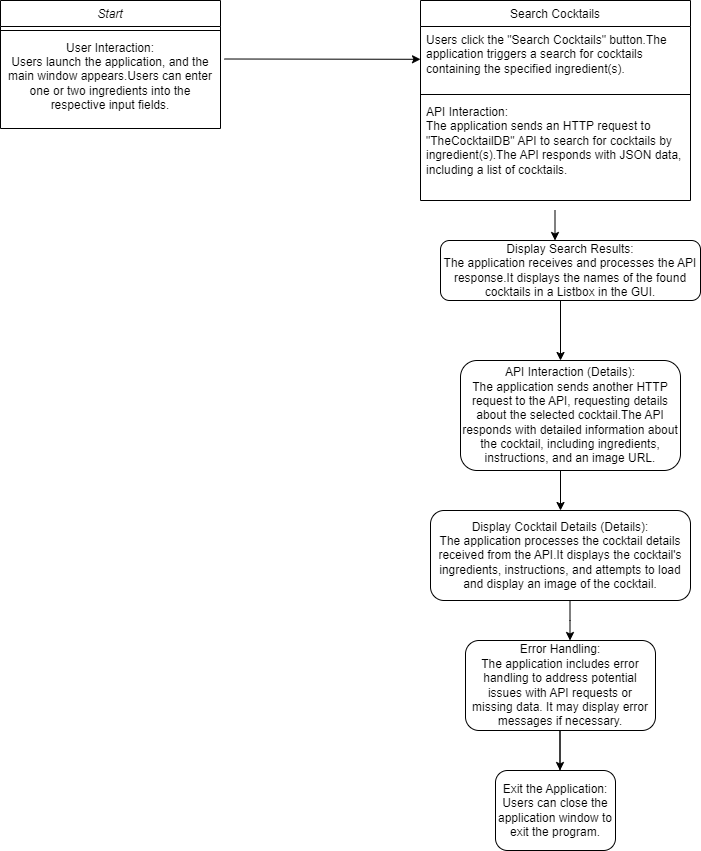
Above: Shake_It_Up/FlowDiagram.png in MiaaPanda/Final-Project-Shake-It-Up (draw.io), before the change. Source tidied: cells renumbered, new cells last; positions are measured from the earlier drawing's top-left corner, leaving out a move shared by most shapes.
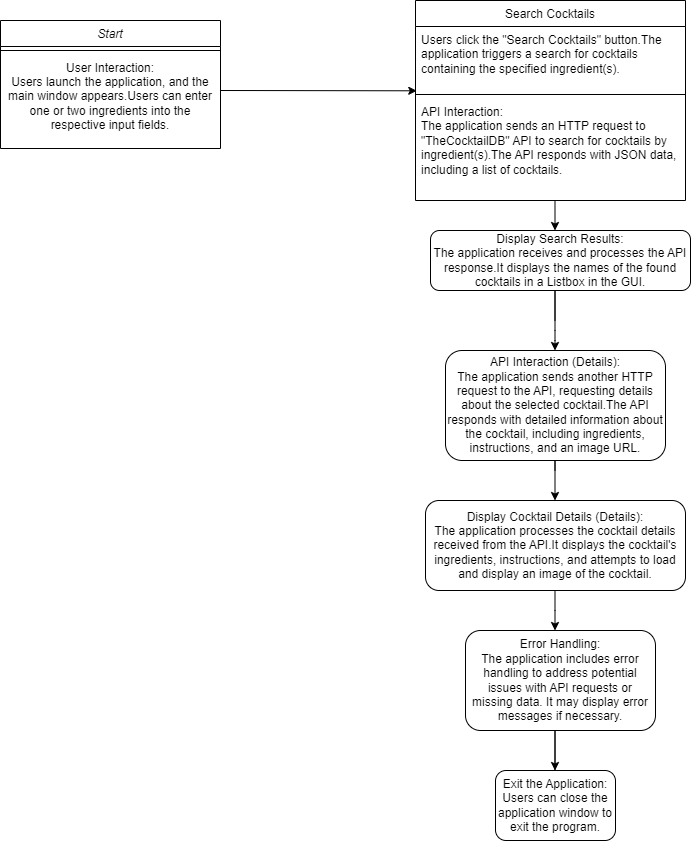
Above is the later version.

Change to the diagram source:
```diff
@@ -3,7 +3,7 @@
     <mxCell id="0" />
     <mxCell id="1" parent="0" />
     <mxCell id="2" value="Start" style="swimlane;fontStyle=2;align=center;verticalAlign=top;horizontal=1;startSize=26;rounded=0;shadow=0;strokeWidth=1;" parent="1" vertex="1">
-      <mxGeometry width="220" height="128" as="geometry" />
+      <mxGeometry y="110" width="220" height="128" as="geometry" />
     </mxCell>
     <mxCell id="3" style="line;html=1;strokeWidth=1;align=left;verticalAlign=middle;spacingTop=-1;spacingLeft=3;spacingRight=3;labelPosition=right;" parent="2" vertex="1">
       <mxGeometry y="26" width="220" height="8" as="geometry" />
@@ -12,7 +12,7 @@
       <mxGeometry y="34" width="220" height="84" as="geometry" />
     </mxCell>
     <mxCell id="5" value="Search Cocktails" style="swimlane;fontStyle=0;align=center;verticalAlign=top;horizontal=1;startSize=26;rounded=0;shadow=0;strokeWidth=1;" parent="1" vertex="1">
-      <mxGeometry x="420" width="270" height="200" as="geometry" />
+      <mxGeometry x="415" y="90" width="270" height="200" as="geometry" />
     </mxCell>
     <mxCell id="6" value="Users click the &quot;Search Cocktails&quot; button.The application triggers a search for cocktails containing the specified ingredient(s)." style="text;align=left;verticalAlign=top;spacingLeft=4;spacingRight=4;overflow=hidden;rounded=0;shadow=0;html=0;whiteSpace=wrap;" parent="5" vertex="1">
       <mxGeometry y="26" width="270" height="64" as="geometry" />
@@ -24,68 +24,70 @@
       <mxGeometry y="98" width="270" height="102" as="geometry" />
     </mxCell>
     <mxCell id="9" value="Display Search Results:&#10;The application receives and processes the API response.It displays the names of the found cocktails in a Listbox in the GUI." style="rounded=1;whiteSpace=wrap;" parent="1" vertex="1">
-      <mxGeometry x="440" y="240" width="260" height="60" as="geometry" />
+      <mxGeometry x="430" y="320" width="260" height="60" as="geometry" />
     </mxCell>
     <mxCell id="10" style="endArrow=classic;html=1;rounded=0;" parent="1" edge="1">
       <mxGeometry relative="1" as="geometry">
-        <mxPoint x="560" y="330" as="sourcePoint" />
-        <mxPoint x="560" y="360" as="targetPoint" />
+        <mxPoint x="554.5" y="410" as="sourcePoint" />
+        <mxPoint x="554.5" y="440" as="targetPoint" />
         <Array as="points">
-          <mxPoint x="560" y="300" />
+          <mxPoint x="554.5" y="380" />
+          <mxPoint x="554.5" y="420" />
+          <mxPoint x="554.5" y="430" />
         </Array>
       </mxGeometry>
     </mxCell>
     <mxCell id="11" value="API Interaction (Details):&#10;The application sends another HTTP request to the API, requesting details about the selected cocktail.The API responds with detailed information about the cocktail, including ingredients, instructions, and an image URL." style="rounded=1;whiteSpace=wrap;" parent="1" vertex="1">
-      <mxGeometry x="460" y="360" width="220" height="110" as="geometry" />
+      <mxGeometry x="445" y="440" width="220" height="110" as="geometry" />
     </mxCell>
     <mxCell id="12" style="endArrow=classic;html=1;rounded=0;" parent="1" edge="1">
       <mxGeometry relative="1" as="geometry">
-        <mxPoint x="560" y="480" as="sourcePoint" />
-        <mxPoint x="560" y="510" as="targetPoint" />
+        <mxPoint x="554.5" y="560" as="sourcePoint" />
+        <mxPoint x="554.5" y="590" as="targetPoint" />
         <Array as="points">
-          <mxPoint x="560" y="480" />
-          <mxPoint x="560" y="470" />
+          <mxPoint x="554.5" y="560" />
+          <mxPoint x="554.5" y="550" />
         </Array>
       </mxGeometry>
     </mxCell>
     <mxCell id="13" value="Display Cocktail Details (Details):&#10;The application processes the cocktail details received from the API.It displays the cocktail's ingredients, instructions, and attempts to load and display an image of the cocktail." style="rounded=1;whiteSpace=wrap;" parent="1" vertex="1">
-      <mxGeometry x="430" y="510" width="260" height="90" as="geometry" />
+      <mxGeometry x="425" y="590" width="260" height="90" as="geometry" />
     </mxCell>
     <mxCell id="14" value="Error Handling:&#10;The application includes error handling to address potential issues with API requests or missing data. It may display error messages if necessary." style="rounded=1;whiteSpace=wrap;" parent="1" vertex="1">
-      <mxGeometry x="465" y="640" width="190" height="90" as="geometry" />
+      <mxGeometry x="465" y="720" width="190" height="100" as="geometry" />
     </mxCell>
     <mxCell id="15" value="Exit the Application:&#10;Users can close the application window to exit the program." style="rounded=1;whiteSpace=wrap;" parent="1" vertex="1">
-      <mxGeometry x="495" y="770" width="120" height="80" as="geometry" />
+      <mxGeometry x="495" y="860" width="120" height="70" as="geometry" />
     </mxCell>
     <mxCell id="16" style="endArrow=classic;html=1;rounded=0;exitX=1.017;exitY=0.306;exitDx=0;exitDy=0;exitPerimeter=0;" parent="1" edge="1">
       <mxGeometry relative="1" as="geometry">
-        <mxPoint x="223.7" y="58.5" as="sourcePoint" />
-        <mxPoint x="420" y="58.8" as="targetPoint" />
+        <mxPoint x="220" y="180" as="sourcePoint" />
+        <mxPoint x="416.3" y="180.3" as="targetPoint" />
       </mxGeometry>
     </mxCell>
     <mxCell id="17" style="endArrow=classic;html=1;rounded=0;" parent="1" edge="1">
       <mxGeometry relative="1" as="geometry">
-        <mxPoint x="569.5" y="600" as="sourcePoint" />
-        <mxPoint x="569.5" y="640" as="targetPoint" />
+        <mxPoint x="554.5" y="680" as="sourcePoint" />
+        <mxPoint x="554.5" y="720" as="targetPoint" />
         <Array as="points">
-          <mxPoint x="569.5" y="620" />
+          <mxPoint x="554.5" y="700" />
         </Array>
       </mxGeometry>
     </mxCell>
     <mxCell id="18" style="endArrow=classic;html=1;rounded=0;" parent="1" edge="1">
       <mxGeometry relative="1" as="geometry">
-        <mxPoint x="559.5" y="770" as="sourcePoint" />
-        <mxPoint x="559.5" y="770" as="targetPoint" />
+        <mxPoint x="554.5" y="860" as="sourcePoint" />
+        <mxPoint x="554.5" y="860" as="targetPoint" />
         <Array as="points">
-          <mxPoint x="559.5" y="730" />
+          <mxPoint x="554.5" y="820" />
         </Array>
       </mxGeometry>
     </mxCell>
-    <mxCell id="19" style="endArrow=classic;html=1;rounded=0;" parent="1" edge="1">
-      <mxGeometry relative="1" as="geometry">
-        <mxPoint x="554.5" y="210" as="sourcePoint" />
-        <mxPoint x="554.5" y="240" as="targetPoint" />
-      </mxGeometry>
-    </mxCell>
+    <mxCell id="20" style="endArrow=classic;html=1;rounded=0;" parent="1" edge="1">
+      <mxGeometry relative="1" as="geometry">
+        <mxPoint x="554.5" y="290" as="sourcePoint" />
+        <mxPoint x="554.5" y="320" as="targetPoint" />
+      </mxGeometry>
+    </mxCell>
   </root>
 </mxGraphModel>
```
